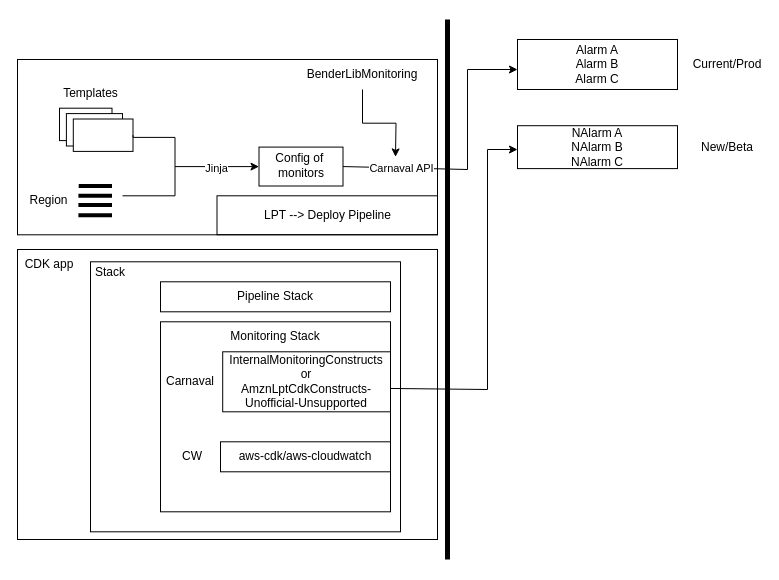
This is page "Page-1" (1 of 2) of Untitled Diagram.drawio from AlanLoveCod1ng/temp, a draw.io file, before an edit. Source tidied: cells renumbered, new cells numbered last; positions are measured from the earlier drawing's top-left corner, leaving out a move shared by most shapes. Both pictures are drawn from the tidied source at 100%, with x=0, y=0 at pixel (17, 19).
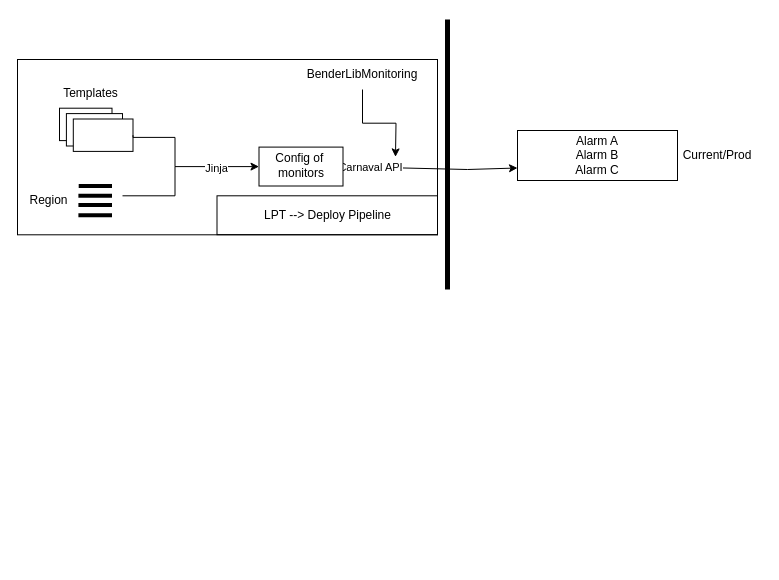
The same page after the edit.

Unchanged cells that the change refers to:
```xml
<mxCell id="25" style="rounded=0;whiteSpace=wrap;html=1;" parent="1" vertex="1">
  <mxGeometry x="241.5" y="127.6" width="84" height="38.9" as="geometry" />
</mxCell>
```

What changed in the source:
```diff
@@
-    <mxCell id="2" style="rounded=0;whiteSpace=wrap;html=1;strokeColor=default;fillColor=none;" parent="1" vertex="1">
-      <mxGeometry y="230" width="420" height="290" as="geometry" />
-    </mxCell>
-    <mxCell id="3" style="endArrow=classic;html=1;rounded=0;exitX=1;exitY=0.5;exitDx=0;exitDy=0;" parent="1" edge="1" source="25">
+    <mxCell id="3" style="endArrow=classic;html=1;rounded=0;exitX=1;exitY=0.5;exitDx=0;exitDy=0;entryX=0;entryY=0.75;entryDx=0;entryDy=0;" parent="1" edge="1" source="25" target="38">
       <mxGeometry relative="1" as="geometry">
-        <mxPoint x="500" y="50" as="targetPoint" />
         <Array as="points">
           <mxPoint x="450" y="150" />
-          <mxPoint x="450" y="50" />
         </Array>
       </mxGeometry>
     </mxCell>
@@
     <mxCell id="5" style="endArrow=none;html=1;rounded=0;strokeWidth=5;" parent="1" edge="1">
       <mxGeometry relative="1" as="geometry">
-        <mxPoint x="430" y="540" as="sourcePoint" />
+        <mxPoint x="430" y="270" as="sourcePoint" />
         <mxPoint x="430" as="targetPoint" />
       </mxGeometry>
     </mxCell>
@@
-    <mxCell id="7" value="CDK app" style="text;html=1;strokeColor=none;fillColor=none;align=center;verticalAlign=middle;whiteSpace=wrap;rounded=0;" parent="1" vertex="1">
-      <mxGeometry x="1.5" y="230" width="60" height="30" as="geometry" />
-    </mxCell>
@@
-    <mxCell id="27" style="group;" parent="1" vertex="1">
-      <mxGeometry x="63" y="237.6" width="320" height="274.7" as="geometry" />
-    </mxCell>
-    <mxCell id="28" value="Pipeline Stack" style="text;html=1;strokeColor=default;fillColor=none;align=center;verticalAlign=middle;whiteSpace=wrap;rounded=0;" parent="27" vertex="1">
-      <mxGeometry x="80" y="24.7" width="230" height="30" as="geometry" />
-    </mxCell>
-    <mxCell id="29" style="text;html=1;strokeColor=default;fillColor=none;align=center;verticalAlign=middle;whiteSpace=wrap;rounded=0;" parent="27" vertex="1">
-      <mxGeometry x="80" y="64.7" width="230" height="190" as="geometry" />
-    </mxCell>
-    <mxCell id="30" style="rounded=0;whiteSpace=wrap;html=1;fillColor=none;" parent="27" vertex="1">
-      <mxGeometry x="10" y="4.7" width="310" height="270" as="geometry" />
-    </mxCell>
-    <mxCell id="31" value="Stack" style="text;html=1;strokeColor=none;fillColor=none;align=center;verticalAlign=middle;whiteSpace=wrap;rounded=0;" parent="27" vertex="1">
-      <mxGeometry width="60" height="30" as="geometry" />
-    </mxCell>
-    <mxCell id="32" value="Monitoring Stack" style="text;html=1;strokeColor=none;fillColor=none;align=center;verticalAlign=middle;whiteSpace=wrap;rounded=0;" parent="27" vertex="1">
-      <mxGeometry x="145" y="64.7" width="100" height="30" as="geometry" />
-    </mxCell>
-    <mxCell id="33" value="InternalMonitoringConstructs or&lt;br&gt;AmznLptCdkConstructs-Unofficial-Unsupported" style="rounded=0;whiteSpace=wrap;html=1;fillColor=none;" parent="27" vertex="1">
-      <mxGeometry x="142.2" y="94.7" width="167.8" height="60" as="geometry" />
-    </mxCell>
-    <mxCell id="34" value="Carnaval" style="text;html=1;strokeColor=none;fillColor=none;align=center;verticalAlign=middle;whiteSpace=wrap;rounded=0;" parent="27" vertex="1">
-      <mxGeometry x="80" y="109.7" width="60" height="30" as="geometry" />
-    </mxCell>
-    <mxCell id="35" value="aws-cdk/aws-cloudwatch" style="rounded=0;whiteSpace=wrap;html=1;fillColor=none;" parent="27" vertex="1">
-      <mxGeometry x="140" y="184.7" width="170" height="30" as="geometry" />
-    </mxCell>
-    <mxCell id="36" value="CW" style="text;html=1;strokeColor=none;fillColor=none;align=center;verticalAlign=middle;whiteSpace=wrap;rounded=0;" parent="27" vertex="1">
-      <mxGeometry x="82.2" y="184.7" width="60" height="30" as="geometry" />
-    </mxCell>
-    <mxCell id="37" style="endArrow=classic;html=1;rounded=0;exitX=1;exitY=0.611;exitDx=0;exitDy=0;exitPerimeter=0;" parent="1" edge="1" source="33">
-      <mxGeometry relative="1" as="geometry">
-        <mxPoint x="500" y="130" as="targetPoint" />
-        <Array as="points">
-          <mxPoint x="470" y="370" />
-          <mxPoint x="470" y="130" />
-        </Array>
-      </mxGeometry>
-    </mxCell>
     <mxCell id="38" value="Alarm A&lt;br&gt;Alarm B&lt;br&gt;Alarm C" style="rounded=0;whiteSpace=wrap;html=1;fillColor=none;" parent="1" vertex="1">
-      <mxGeometry x="500" y="20" width="160" height="50" as="geometry" />
+      <mxGeometry x="500" y="111" width="160" height="50" as="geometry" />
     </mxCell>
-    <mxCell id="39" value="NAlarm A&lt;br&gt;NAlarm B&lt;br&gt;NAlarm C" style="rounded=0;whiteSpace=wrap;html=1;fillColor=none;" parent="1" vertex="1">
-      <mxGeometry x="500" y="106.2" width="160" height="42.9" as="geometry" />
-    </mxCell>
     <mxCell id="40" value="Current/Prod" style="text;html=1;strokeColor=none;fillColor=none;align=center;verticalAlign=middle;whiteSpace=wrap;rounded=0;" parent="1" vertex="1">
-      <mxGeometry x="680" y="30" width="60" height="30" as="geometry" />
+      <mxGeometry x="670" y="121" width="60" height="30" as="geometry" />
     </mxCell>
-    <mxCell id="41" value="New/Beta" style="text;html=1;strokeColor=none;fillColor=none;align=center;verticalAlign=middle;whiteSpace=wrap;rounded=0;" parent="1" vertex="1">
-      <mxGeometry x="680" y="112.6" width="60" height="30" as="geometry" />
-    </mxCell>
```
